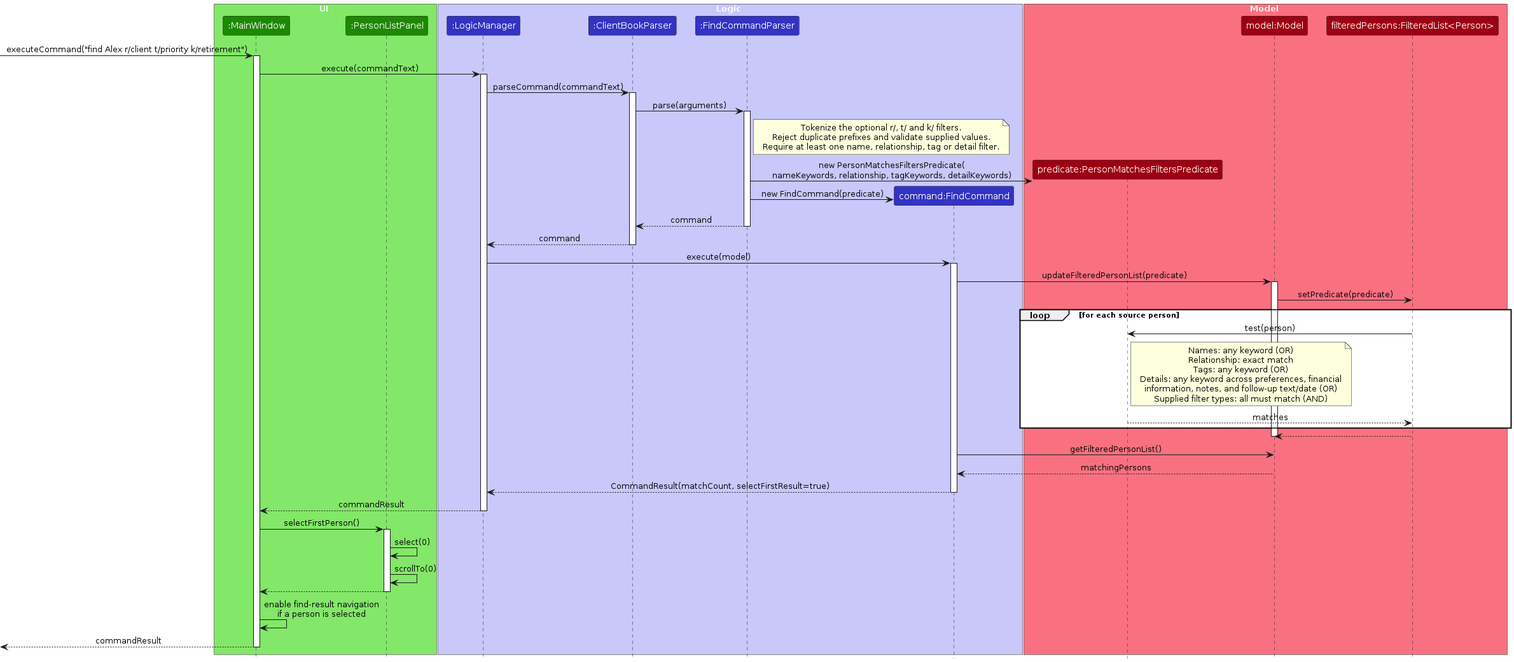
Earlier version of the PlantUML export diagrams/FindSequenceDiagram.png (AY2627S1-CS2103T-F14a-4/tp). Its source is kept beside it as diagrams/FindSequenceDiagram.puml.
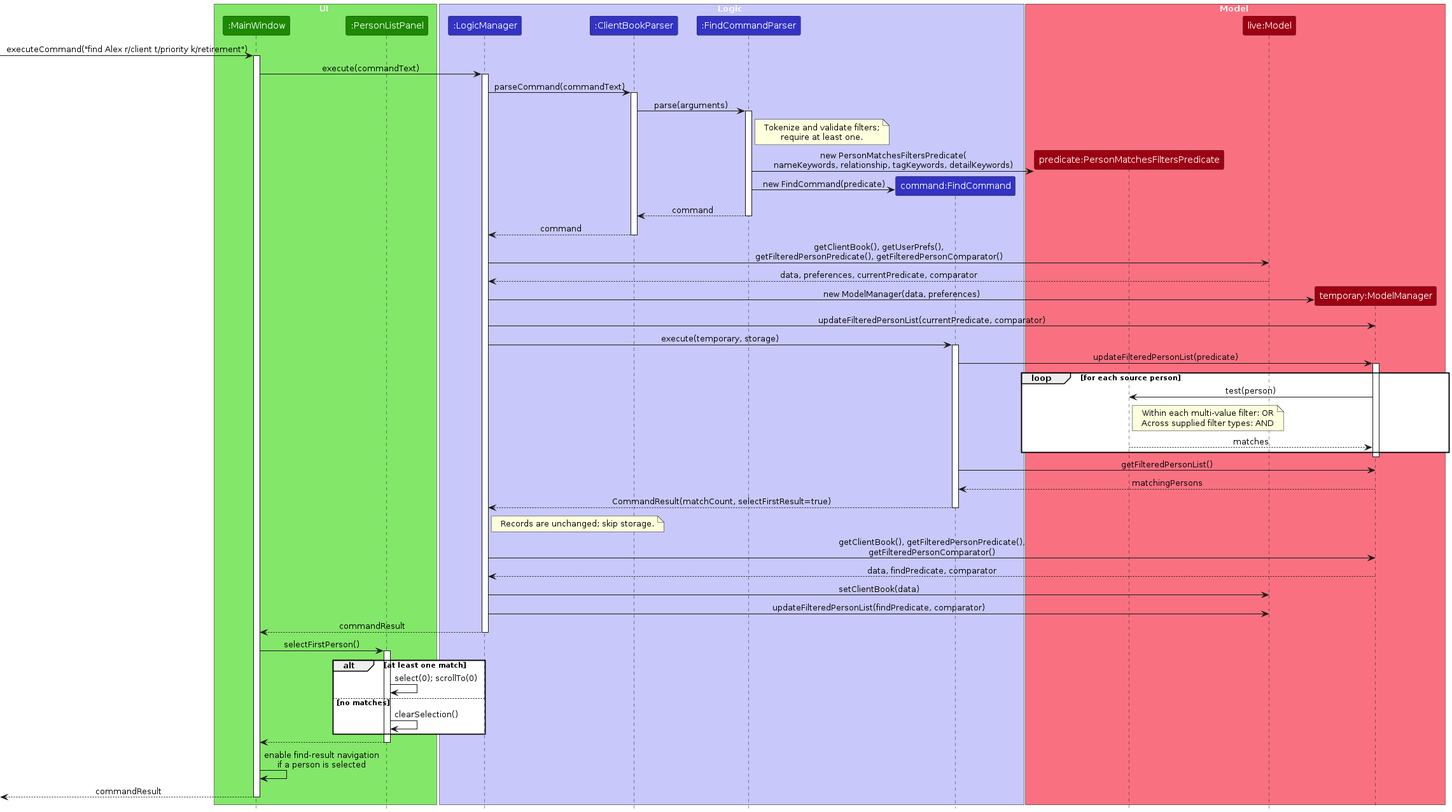
Later version of the same file.

Diff of the diagram source:
```diff
@@ -16,8 +16,8 @@
 
 box Model MODEL_COLOR_T1
 participant "predicate:PersonMatchesFiltersPredicate" as Predicate MODEL_COLOR
-participant "model:Model" as Model MODEL_COLOR
-participant "filteredPersons:FilteredList<Person>" as FilteredList MODEL_COLOR
+participant "live:Model" as Live MODEL_COLOR
+participant "temporary:ModelManager" as Temp MODEL_COLOR
 end box
 
 [-> MainWindow : executeCommand("find Alex r/client t/priority k/retirement")
@@ -28,11 +28,7 @@
 activate Parser
 Parser -> FindParser : parse(arguments)
 activate FindParser
-note right of FindParser
-Tokenize the optional r/, t/ and k/ filters.
-Reject duplicate prefixes and validate supplied values.
-Require at least one name, relationship, tag or detail filter.
-end note
+note right of FindParser : Tokenize and validate filters;\nrequire at least one.
 create Predicate
 FindParser -> Predicate : new PersonMatchesFiltersPredicate(\nnameKeywords, relationship, tagKeywords, detailKeywords)
 create Command
@@ -41,35 +37,41 @@
 deactivate FindParser
 Parser --> Logic : command
 deactivate Parser
-Logic -> Command : execute(model)
+
+Logic -> Live : getClientBook(), getUserPrefs(),\ngetFilteredPersonPredicate(), getFilteredPersonComparator()
+Live --> Logic : data, preferences, currentPredicate, comparator
+create Temp
+Logic -> Temp : new ModelManager(data, preferences)
+Logic -> Temp : updateFilteredPersonList(currentPredicate, comparator)
+Logic -> Command : execute(temporary, storage)
 activate Command
-Command -> Model : updateFilteredPersonList(predicate)
-activate Model
-Model -> FilteredList : setPredicate(predicate)
+Command -> Temp : updateFilteredPersonList(predicate)
+activate Temp
 loop for each source person
-    FilteredList -> Predicate : test(person)
-    note right of Predicate
-    Names: any keyword (OR)
-    Relationship: exact match
-    Tags: any keyword (OR)
-    Details: any keyword across preferences, financial
-    information, notes, and follow-up text/date (OR)
-    Supplied filter types: all must match (AND)
-    end note
-    Predicate --> FilteredList : matches
+    Temp -> Predicate : test(person)
+    note right of Predicate : Within each multi-value filter: OR\nAcross supplied filter types: AND
+    Predicate --> Temp : matches
 end
-FilteredList --> Model
-deactivate Model
-Command -> Model : getFilteredPersonList()
-Model --> Command : matchingPersons
+deactivate Temp
+Command -> Temp : getFilteredPersonList()
+Temp --> Command : matchingPersons
 Command --> Logic : CommandResult(matchCount, selectFirstResult=true)
 deactivate Command
+
+note right of Logic : Records are unchanged; skip storage.
+Logic -> Temp : getClientBook(), getFilteredPersonPredicate(),\ngetFilteredPersonComparator()
+Temp --> Logic : data, findPredicate, comparator
+Logic -> Live : setClientBook(data)
+Logic -> Live : updateFilteredPersonList(findPredicate, comparator)
 Logic --> MainWindow : commandResult
 deactivate Logic
 MainWindow -> PersonListPanel : selectFirstPerson()
 activate PersonListPanel
-PersonListPanel -> PersonListPanel : select(0)
-PersonListPanel -> PersonListPanel : scrollTo(0)
+alt at least one match
+    PersonListPanel -> PersonListPanel : select(0); scrollTo(0)
+else no matches
+    PersonListPanel -> PersonListPanel : clearSelection()
+end
 PersonListPanel --> MainWindow
 deactivate PersonListPanel
 MainWindow -> MainWindow : enable find-result navigation\nif a person is selected
```
